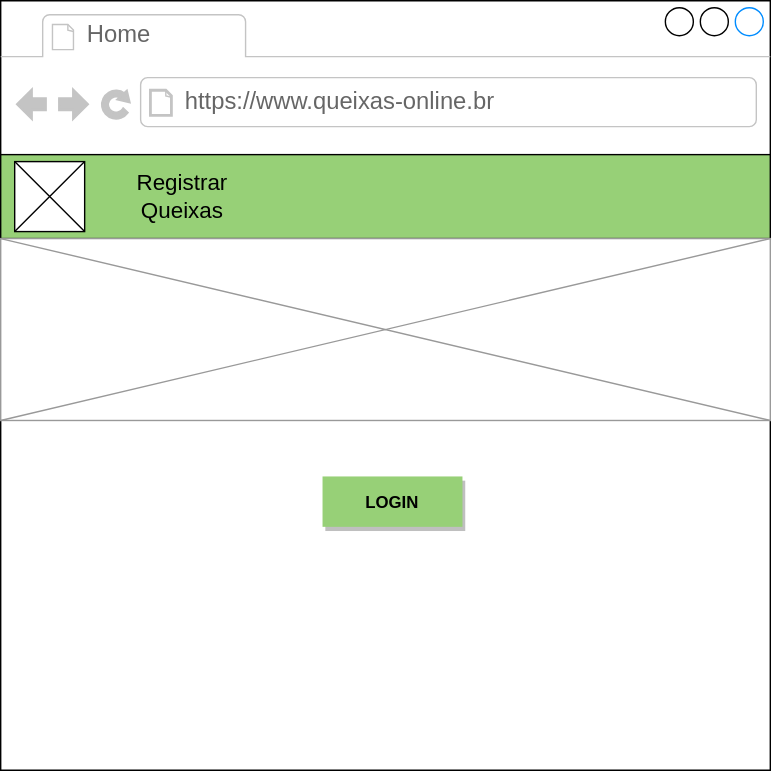
This is home.svg from AndreSerpaPlewka/queixas-online, a draw.io export, as it was before one commit. Source tidied: cells renumbered, new cells last; positions are measured from the earlier drawing's top-left corner, leaving out a move shared by most shapes.
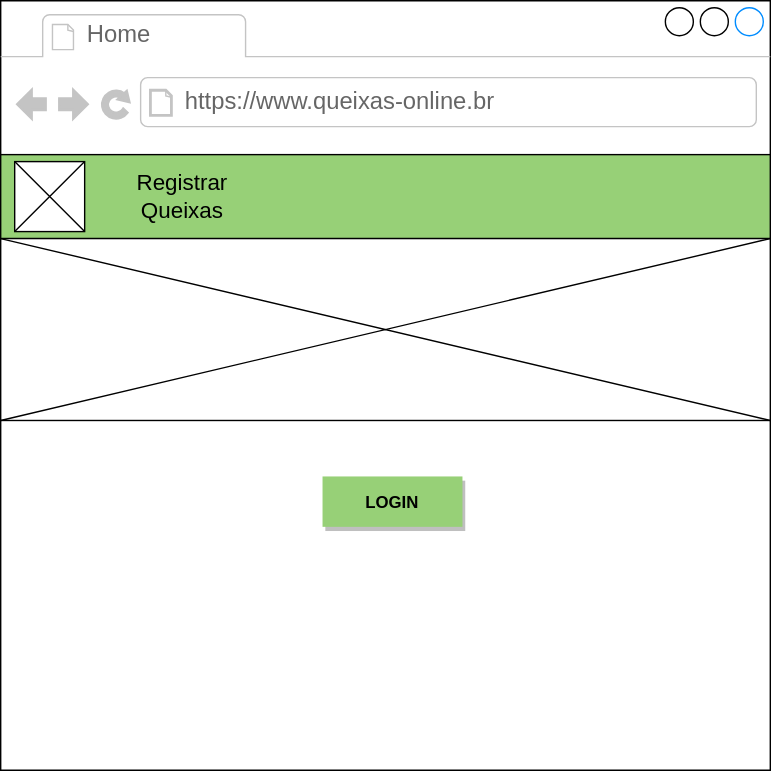
After the commit.

Diff of the diagram source:
```diff
@@ -20,7 +20,7 @@
     <mxCell id="7" value="Registrar Queixas" style="text;html=1;strokeColor=none;fillColor=none;align=center;verticalAlign=middle;whiteSpace=wrap;rounded=0;fontSize=16;" parent="2" vertex="1">
       <mxGeometry x="80" y="120" width="100" height="40" as="geometry" />
     </mxCell>
-    <mxCell id="8" style="verticalLabelPosition=bottom;shadow=0;dashed=0;align=center;html=1;verticalAlign=top;strokeWidth=1;shape=mxgraph.mockup.graphics.simpleIcon;strokeColor=#999999;fontSize=16;" parent="2" vertex="1">
+    <mxCell id="8" style="verticalLabelPosition=bottom;shadow=0;dashed=0;align=center;html=1;verticalAlign=top;strokeWidth=1;shape=mxgraph.mockup.graphics.simpleIcon;fontSize=16;" parent="2" vertex="1">
       <mxGeometry y="170" width="550" height="130" as="geometry" />
     </mxCell>
     <mxCell id="9" value="LOGIN" style="dashed=0;align=center;fontSize=12;shape=rect;strokeColor=none;fontStyle=1;shadow=1;fillColor=#97D077;" parent="2" vertex="1">
```
